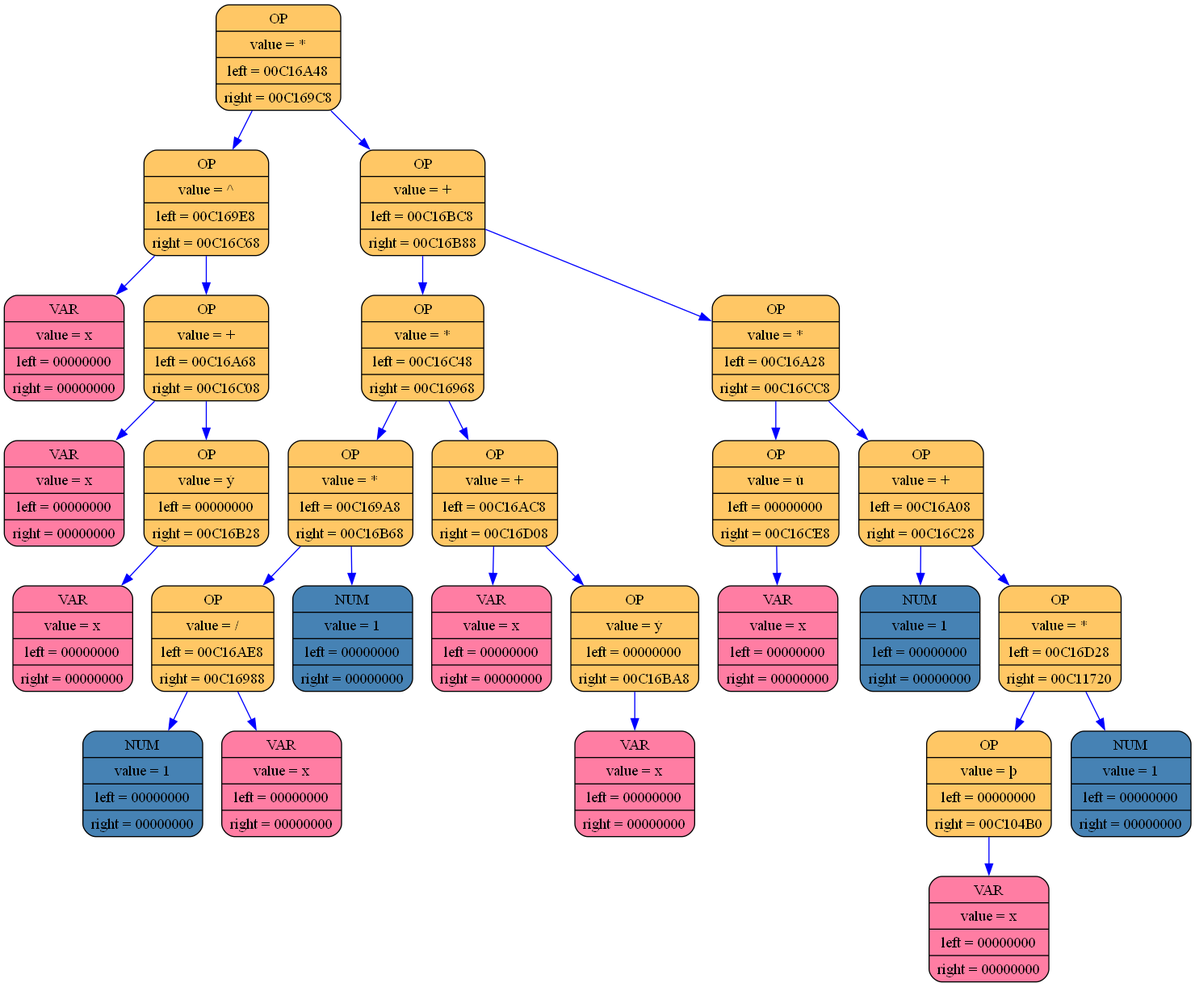
Earlier version of the Graphviz export log_folder_differenciator/differenciator_graph.png (aywert/DIFFERENCIATOR). Its source is kept beside it as log_folder_differenciator/differenciator_graph.dot.
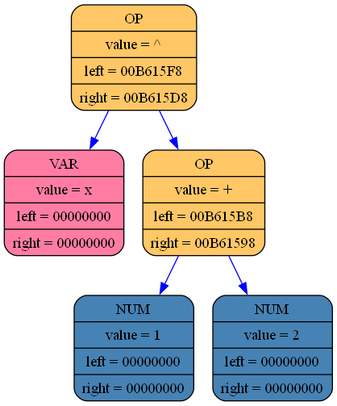
Later version of the same file.

Change to the diagram source:
```diff
@@ -1,57 +1,13 @@
 digraph list
 {
 rankdir=HR;
-	12676240 [shape = Mrecord; style = filled; fillcolor="#ffc765"; color = "#000000"; fontcolor = "#000000"; label = "{ OP | value = * | left = 00C16A48| right = 00C169C8}"];
-	12676240 -> 12675664 [color="blue"]
-	12675664 [shape = Mrecord; style = filled; fillcolor="#ffc765"; color = "#000000"; fontcolor = "#000000"; label = "{ OP | value = ^ | left = 00C169E8| right = 00C16C68}"];
-	12675664 -> 12675568 [color="blue"]
-	12675568 [shape = Mrecord; style = filled; fillcolor="#ff7da3"; color = "#000000"; fontcolor = "#000000"; label = "{ VAR | value = x | left = 00000000| right = 00000000}"];
-	12675664 -> 12676208 [color="blue"]
-	12676208 [shape = Mrecord; style = filled; fillcolor="#ffc765"; color = "#000000"; fontcolor = "#000000"; label = "{ OP | value = + | left = 00C16A68| right = 00C16C08}"];
-	12676208 -> 12675696 [color="blue"]
-	12675696 [shape = Mrecord; style = filled; fillcolor="#ff7da3"; color = "#000000"; fontcolor = "#000000"; label = "{ VAR | value = x | left = 00000000| right = 00000000}"];
-	12676208 -> 12676112 [color="blue"]
-	12676112 [shape = Mrecord; style = filled; fillcolor="#ffc765"; color = "#000000"; fontcolor = "#000000"; label = "{ OP | value = ý | left = 00000000| right = 00C16B28}"];
-	12676112 -> 12675888 [color="blue"]
-	12675888 [shape = Mrecord; style = filled; fillcolor="#ff7da3"; color = "#000000"; fontcolor = "#000000"; label = "{ VAR | value = x | left = 00000000| right = 00000000}"];
-	12676240 -> 12675536 [color="blue"]
-	12675536 [shape = Mrecord; style = filled; fillcolor="#ffc765"; color = "#000000"; fontcolor = "#000000"; label = "{ OP | value = + | left = 00C16BC8| right = 00C16B88}"];
-	12675536 -> 12676048 [color="blue"]
-	12676048 [shape = Mrecord; style = filled; fillcolor="#ffc765"; color = "#000000"; fontcolor = "#000000"; label = "{ OP | value = * | left = 00C16C48| right = 00C16968}"];
-	12676048 -> 12676176 [color="blue"]
-	12676176 [shape = Mrecord; style = filled; fillcolor="#ffc765"; color = "#000000"; fontcolor = "#000000"; label = "{ OP | value = * | left = 00C169A8| right = 00C16B68}"];
-	12676176 -> 12675504 [color="blue"]
-	12675504 [shape = Mrecord; style = filled; fillcolor="#ffc765"; color = "#000000"; fontcolor = "#000000"; label = "{ OP | value = / | left = 00C16AE8| right = 00C16988}"];
-	12675504 -> 12675824 [color="blue"]
-	12675824 [shape = Mrecord; style = filled; fillcolor="#4682b4"; color = "#000000"; fontcolor = "#000000"; label = "{ NUM | value = 1 | left = 00000000| right = 00000000}"];
-	12675504 -> 12675472 [color="blue"]
-	12675472 [shape = Mrecord; style = filled; fillcolor="#ff7da3"; color = "#000000"; fontcolor = "#000000"; label = "{ VAR | value = x | left = 00000000| right = 00000000}"];
-	12676176 -> 12675952 [color="blue"]
-	12675952 [shape = Mrecord; style = filled; fillcolor="#4682b4"; color = "#000000"; fontcolor = "#000000"; label = "{ NUM | value = 1 | left = 00000000| right = 00000000}"];
-	12676048 -> 12675440 [color="blue"]
-	12675440 [shape = Mrecord; style = filled; fillcolor="#ffc765"; color = "#000000"; fontcolor = "#000000"; label = "{ OP | value = + | left = 00C16AC8| right = 00C16D08}"];
-	12675440 -> 12675792 [color="blue"]
-	12675792 [shape = Mrecord; style = filled; fillcolor="#ff7da3"; color = "#000000"; fontcolor = "#000000"; label = "{ VAR | value = x | left = 00000000| right = 00000000}"];
-	12675440 -> 12676368 [color="blue"]
-	12676368 [shape = Mrecord; style = filled; fillcolor="#ffc765"; color = "#000000"; fontcolor = "#000000"; label = "{ OP | value = ý | left = 00000000| right = 00C16BA8}"];
-	12676368 -> 12676016 [color="blue"]
-	12676016 [shape = Mrecord; style = filled; fillcolor="#ff7da3"; color = "#000000"; fontcolor = "#000000"; label = "{ VAR | value = x | left = 00000000| right = 00000000}"];
-	12675536 -> 12675984 [color="blue"]
-	12675984 [shape = Mrecord; style = filled; fillcolor="#ffc765"; color = "#000000"; fontcolor = "#000000"; label = "{ OP | value = * | left = 00C16A28| right = 00C16CC8}"];
-	12675984 -> 12675632 [color="blue"]
-	12675632 [shape = Mrecord; style = filled; fillcolor="#ffc765"; color = "#000000"; fontcolor = "#000000"; label = "{ OP | value = ú | left = 00000000| right = 00C16CE8}"];
-	12675632 -> 12676336 [color="blue"]
-	12676336 [shape = Mrecord; style = filled; fillcolor="#ff7da3"; color = "#000000"; fontcolor = "#000000"; label = "{ VAR | value = x | left = 00000000| right = 00000000}"];
-	12675984 -> 12676304 [color="blue"]
-	12676304 [shape = Mrecord; style = filled; fillcolor="#ffc765"; color = "#000000"; fontcolor = "#000000"; label = "{ OP | value = + | left = 00C16A08| right = 00C16C28}"];
-	12676304 -> 12675600 [color="blue"]
-	12675600 [shape = Mrecord; style = filled; fillcolor="#4682b4"; color = "#000000"; fontcolor = "#000000"; label = "{ NUM | value = 1 | left = 00000000| right = 00000000}"];
-	12676304 -> 12676144 [color="blue"]
-	12676144 [shape = Mrecord; style = filled; fillcolor="#ffc765"; color = "#000000"; fontcolor = "#000000"; label = "{ OP | value = * | left = 00C16D28| right = 00C11720}"];
-	12676144 -> 12676400 [color="blue"]
-	12676400 [shape = Mrecord; style = filled; fillcolor="#ffc765"; color = "#000000"; fontcolor = "#000000"; label = "{ OP | value = þ | left = 00000000| right = 00C104B0}"];
-	12676400 -> 12649656 [color="blue"]
-	12649656 [shape = Mrecord; style = filled; fillcolor="#ff7da3"; color = "#000000"; fontcolor = "#000000"; label = "{ VAR | value = x | left = 00000000| right = 00000000}"];
-	12676144 -> 12654376 [color="blue"]
-	12654376 [shape = Mrecord; style = filled; fillcolor="#4682b4"; color = "#000000"; fontcolor = "#000000"; label = "{ NUM | value = 1 | left = 00000000| right = 00000000}"];
+	11933216 [shape = Mrecord; style = filled; fillcolor="#ffc765"; color = "#000000"; fontcolor = "#000000"; label = "{ OP | value = ^ | left = 00B615F8| right = 00B615D8}"];
+	11933216 -> 11933184 [color="blue"]
+	11933184 [shape = Mrecord; style = filled; fillcolor="#ff7da3"; color = "#000000"; fontcolor = "#000000"; label = "{ VAR | value = x | left = 00000000| right = 00000000}"];
+	11933216 -> 11933152 [color="blue"]
+	11933152 [shape = Mrecord; style = filled; fillcolor="#ffc765"; color = "#000000"; fontcolor = "#000000"; label = "{ OP | value = + | left = 00B615B8| right = 00B61598}"];
+	11933152 -> 11933120 [color="blue"]
+	11933120 [shape = Mrecord; style = filled; fillcolor="#4682b4"; color = "#000000"; fontcolor = "#000000"; label = "{ NUM | value = 1 | left = 00000000| right = 00000000}"];
+	11933152 -> 11933088 [color="blue"]
+	11933088 [shape = Mrecord; style = filled; fillcolor="#4682b4"; color = "#000000"; fontcolor = "#000000"; label = "{ NUM | value = 2 | left = 00000000| right = 00000000}"];
 	}
```
